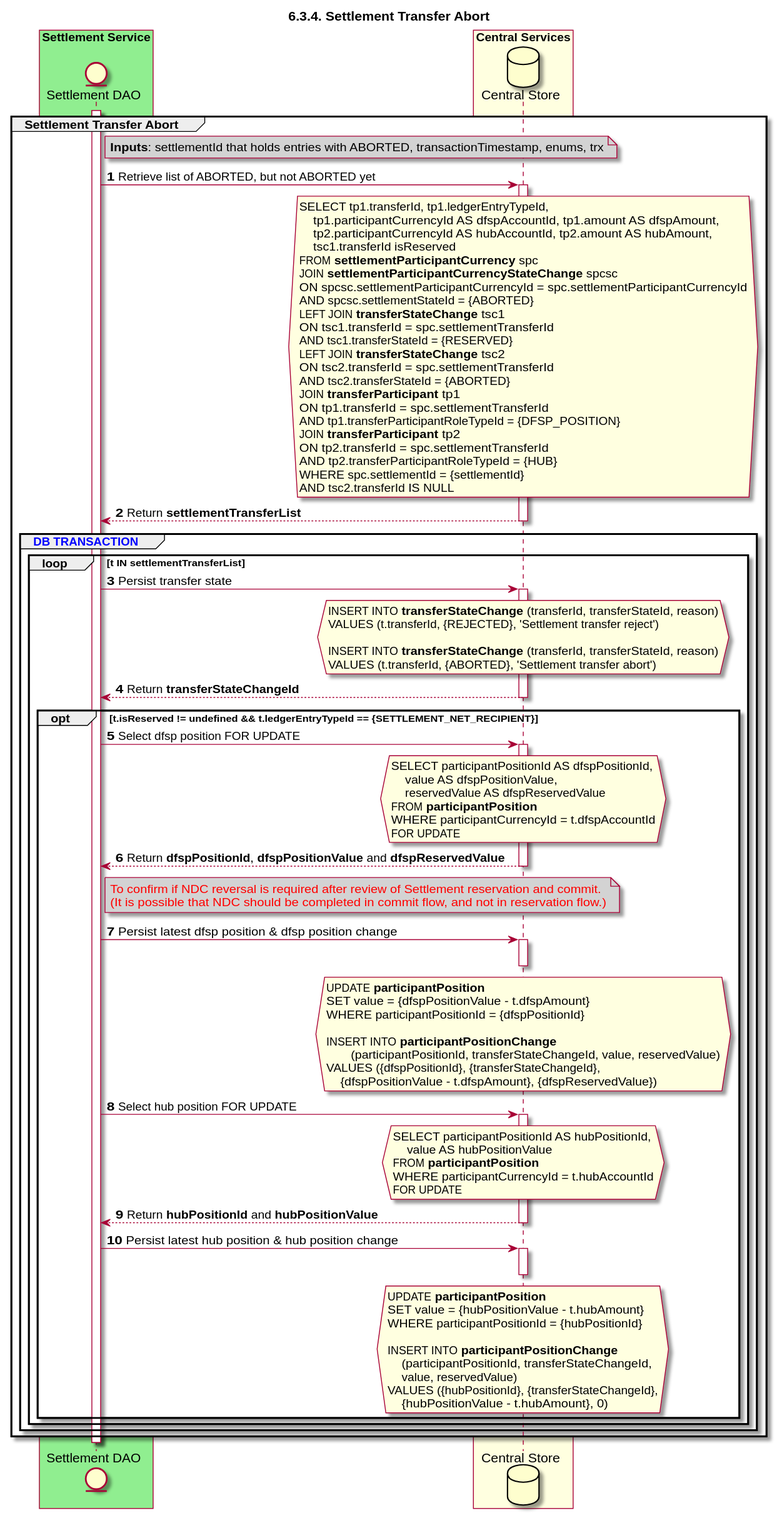
Before: Diagrams/SequenceDiagrams/seq-settransfer-6.3.4-abort.svg, a diagram exported from PlantUML (ggrg/docs).
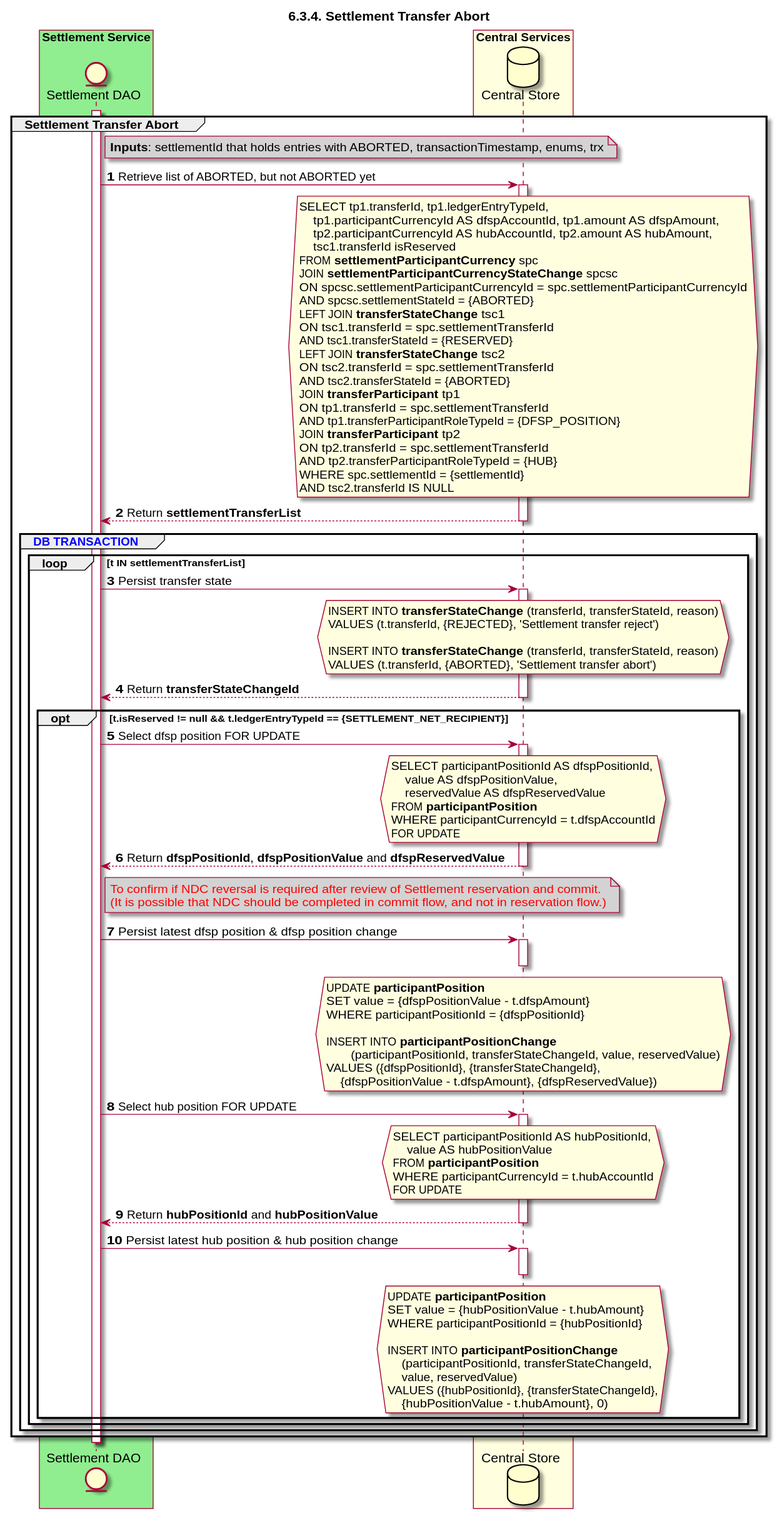
The same file after the commit.

Commit message:
Fixed bug: undefined to null

Change to the diagram source:
```diff
@@ -60,7 +60,7 @@
             DB --> SETTLE_DAO: Return **transferStateChangeId**
             deactivate DB
 
-            opt t.isReserved != undefined && t.ledgerEntryTypeId == {SETTLEMENT_NET_RECIPIENT}
+            opt t.isReserved != null && t.ledgerEntryTypeId == {SETTLEMENT_NET_RECIPIENT}
                 SETTLE_DAO -> DB: Select dfsp position FOR UPDATE
                 activate DB
                 hnote over DB #lightyellow
```
